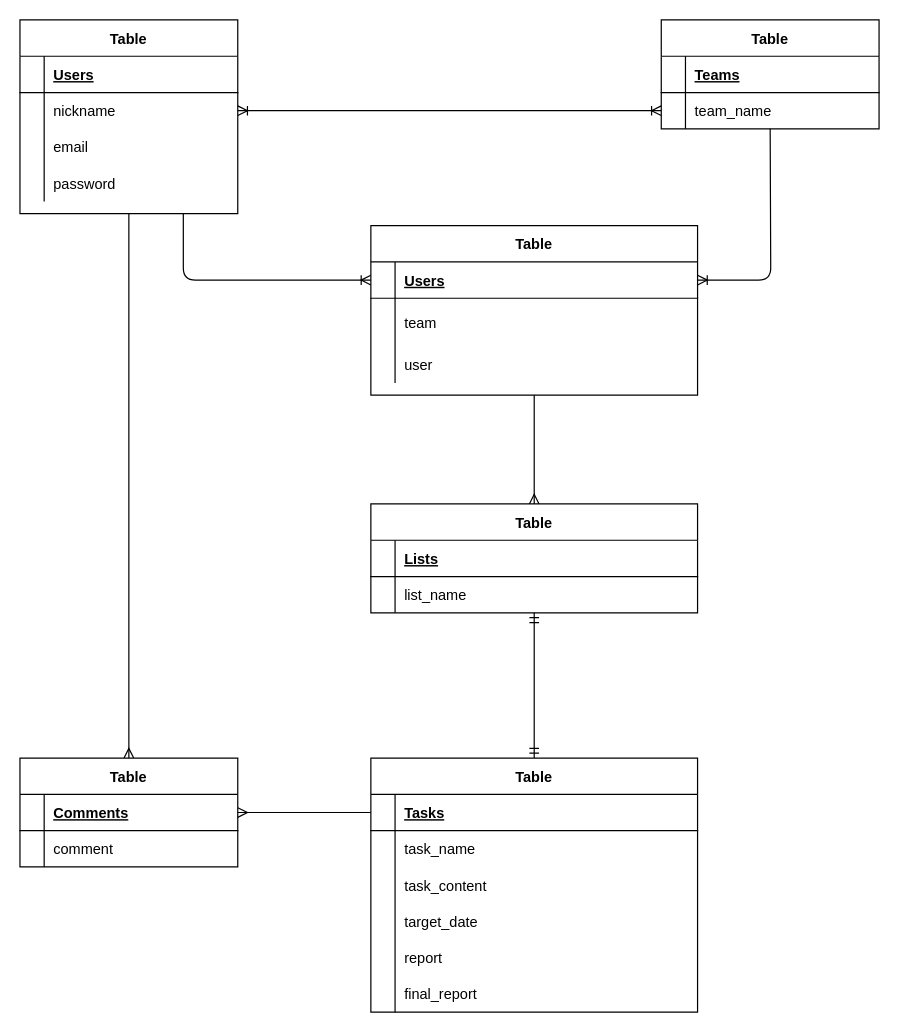
This is db.dio from IguchiRyo622/task-Bdash, a draw.io file, before an edit. Source tidied: cells renumbered, new cells numbered last; positions are measured from the earlier drawing's top-left corner, leaving out a move shared by most shapes. Both pictures are drawn from the tidied source at 121%, with x=0, y=0 at pixel (19, 19).
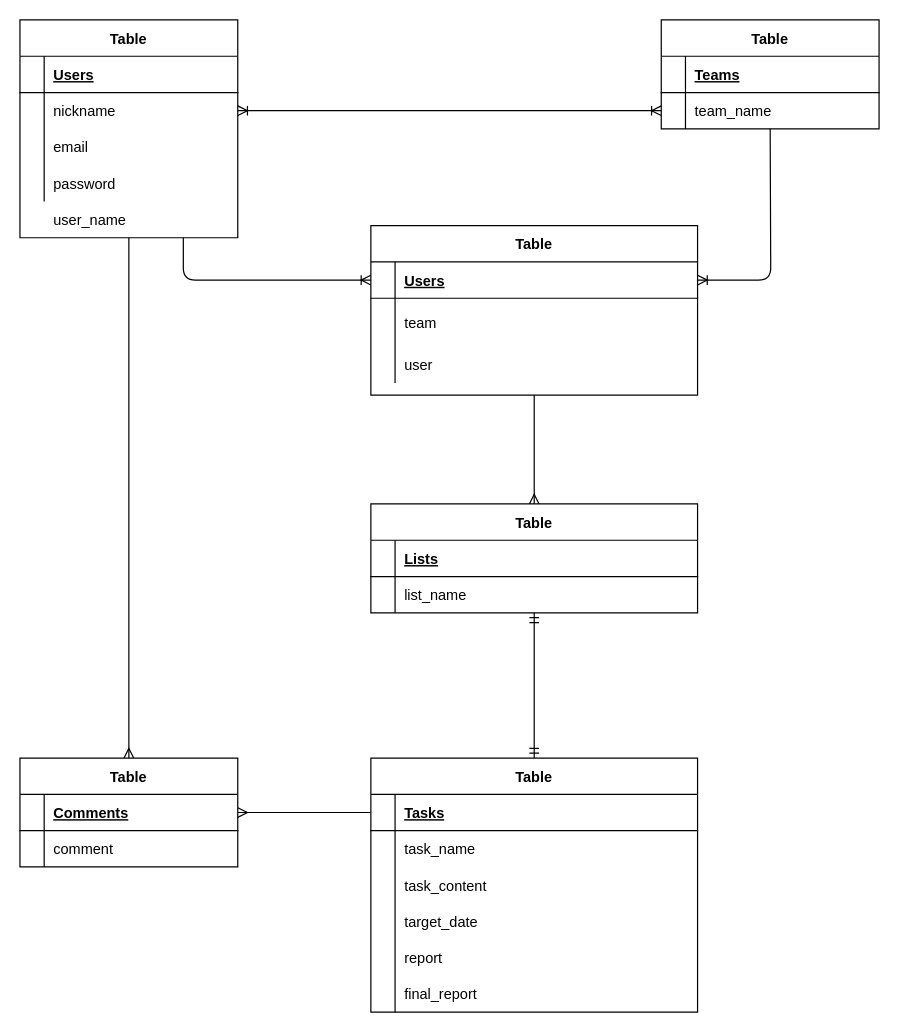
The same page after the edit.

Diff of the diagram source:
```diff
@@
     <mxCell id="2" value="Table" style="shape=table;startSize=30;childLayout=tableLayout;rowLines=0;fontStyle=1;align=center;" parent="1" vertex="1">
-      <mxGeometry width="180" height="160" as="geometry" />
+      <mxGeometry width="180" height="180" as="geometry" />
     </mxCell>
@@
+    <mxCell id="72" value="user_name" style="shape=partialRectangle;fillColor=none;top=0;left=0;bottom=0;right=0;align=left;spacingLeft=6;overflow=hidden;" parent="1" vertex="1">
+      <mxGeometry x="20" y="150" width="160" height="30" as="geometry" />
+    </mxCell>
```
